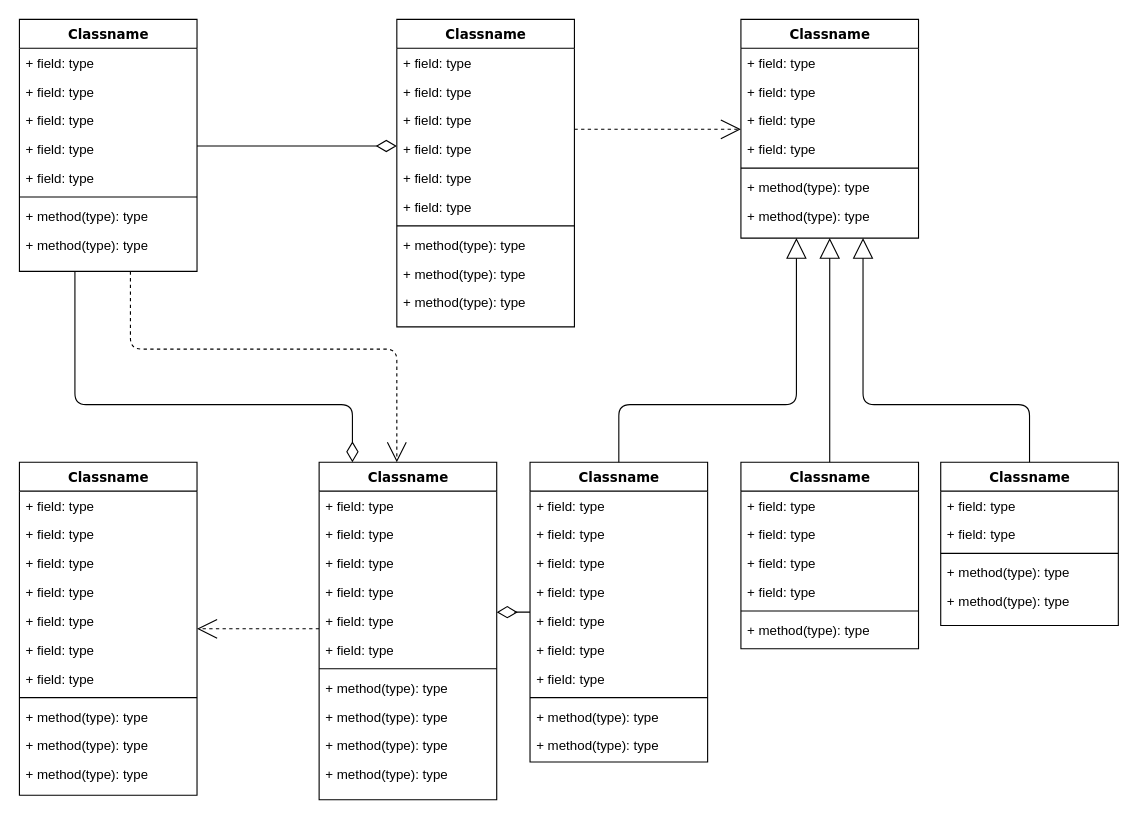
Before: Untitled Diagram.drawio in renPratt/renPratt, a draw.io diagram. Source tidied: cells renumbered, new cells numbered last; positions are measured from the earlier drawing's top-left corner, leaving out a move shared by most shapes. Both pictures are drawn from the tidied source at 111%, with x=0, y=0 at pixel (19, 19).
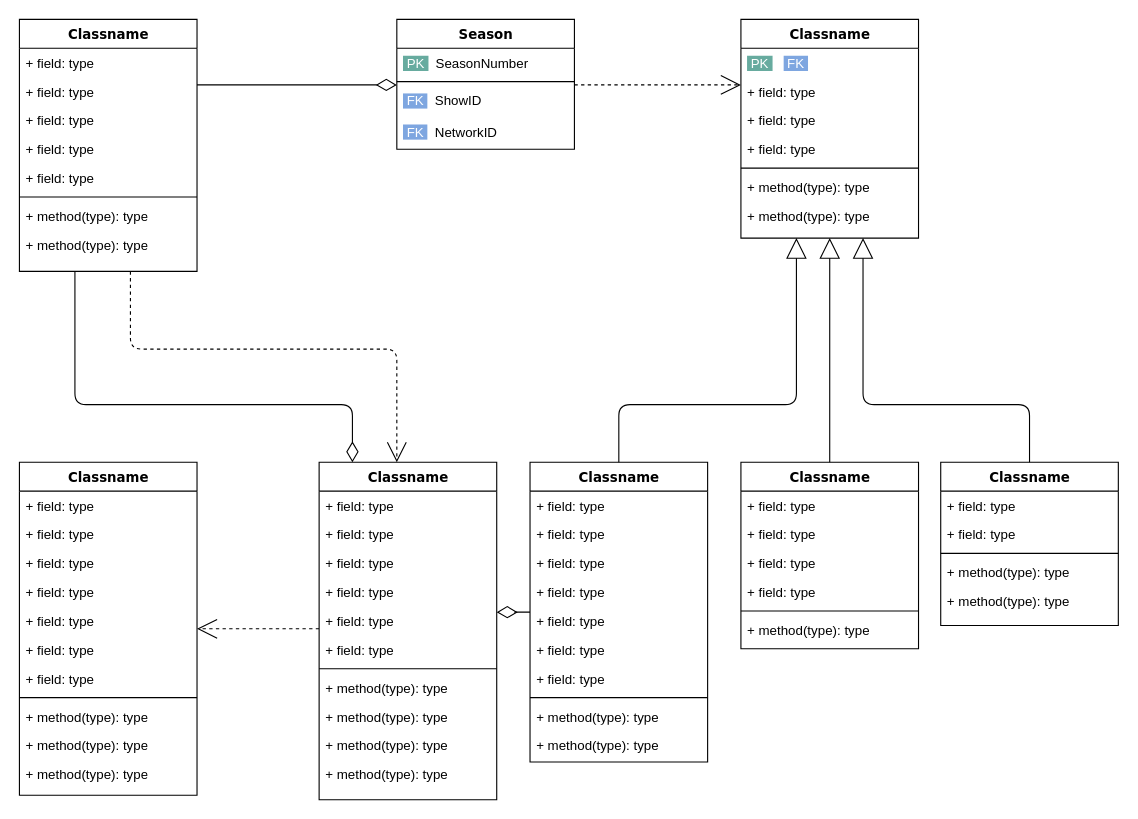
The same page after the edit.

The change refers to these unchanged cells:
```xml
<mxCell id="25" value="Classname" style="swimlane;html=1;fontStyle=1;align=center;verticalAlign=top;horizontal=1;startSize=26;swimlaneFillColor=#ffffff;rounded=0;shadow=0;comic=0;labelBackgroundColor=none;strokeWidth=1;fillColor=none;fontFamily=Verdana;fontSize=12;" parent="1" vertex="1">
  <mxGeometry x="650" width="160" height="197" as="geometry" />
</mxCell>
```

Diff of the diagram source:
```diff
@@
-    <mxCell id="14" value="Classname" style="swimlane;html=1;fontStyle=1;align=center;verticalAlign=top;horizontal=1;startSize=26;swimlaneFillColor=#ffffff;rounded=0;shadow=0;comic=0;labelBackgroundColor=none;strokeWidth=1;fillColor=none;fontFamily=Verdana;fontSize=12;" parent="1" vertex="1">
-      <mxGeometry x="340" width="160" height="277" as="geometry" />
+    <mxCell id="14" value="Season" style="swimlane;html=1;fontStyle=1;align=center;verticalAlign=top;horizontal=1;startSize=26;swimlaneFillColor=#ffffff;rounded=0;shadow=0;comic=0;labelBackgroundColor=none;strokeWidth=1;fillColor=none;fontFamily=Verdana;fontSize=12;" parent="1" vertex="1">
+      <mxGeometry x="340" width="160" height="117" as="geometry" />
     </mxCell>
-    <mxCell id="15" value="+ field: type" style="text;html=1;strokeColor=none;fillColor=none;align=left;verticalAlign=top;spacingLeft=4;spacingRight=4;whiteSpace=wrap;overflow=hidden;" parent="14" vertex="1">
-      <mxGeometry y="26" width="160" height="26" as="geometry" />
-    </mxCell>
-    <mxCell id="16" value="+ field: type" style="text;html=1;strokeColor=none;fillColor=none;align=left;verticalAlign=top;spacingLeft=4;spacingRight=4;whiteSpace=wrap;overflow=hidden;" parent="14" vertex="1">
-      <mxGeometry y="52" width="160" height="26" as="geometry" />
-    </mxCell>
-    <mxCell id="17" value="+ field: type" style="text;html=1;strokeColor=none;fillColor=none;align=left;verticalAlign=top;spacingLeft=4;spacingRight=4;whiteSpace=wrap;overflow=hidden;" parent="14" vertex="1">
-      <mxGeometry y="78" width="160" height="26" as="geometry" />
-    </mxCell>
-    <mxCell id="18" value="+ field: type" style="text;html=1;strokeColor=none;fillColor=none;align=left;verticalAlign=top;spacingLeft=4;spacingRight=4;whiteSpace=wrap;overflow=hidden;" parent="14" vertex="1">
-      <mxGeometry y="104" width="160" height="26" as="geometry" />
-    </mxCell>
-    <mxCell id="19" value="+ field: type" style="text;html=1;strokeColor=none;fillColor=none;align=left;verticalAlign=top;spacingLeft=4;spacingRight=4;whiteSpace=wrap;overflow=hidden;" parent="14" vertex="1">
-      <mxGeometry y="130" width="160" height="26" as="geometry" />
-    </mxCell>
-    <mxCell id="20" value="+ field: type" style="text;html=1;strokeColor=none;fillColor=none;align=left;verticalAlign=top;spacingLeft=4;spacingRight=4;whiteSpace=wrap;overflow=hidden;" parent="14" vertex="1">
-      <mxGeometry y="156" width="160" height="26" as="geometry" />
-    </mxCell>
+    <mxCell id="87" value="&lt;font style=&quot;border-color: var(--border-color); background-color: rgb(103, 171, 159);&quot; color=&quot;#ffffff&quot;&gt;&amp;nbsp;PK&amp;nbsp;&lt;/font&gt;&amp;nbsp; SeasonNumber&amp;nbsp;" style="text;html=1;strokeColor=none;fillColor=none;align=left;verticalAlign=top;spacingLeft=4;spacingRight=4;whiteSpace=wrap;overflow=hidden;" parent="14" vertex="1">
+      <mxGeometry y="26" width="160" height="26" as="geometry" />
+    </mxCell>
     <mxCell id="21" style="line;html=1;strokeWidth=1;fillColor=none;align=left;verticalAlign=middle;spacingTop=-1;spacingLeft=3;spacingRight=3;labelPosition=right;" parent="14" vertex="1">
-      <mxGeometry y="182" width="160" height="8" as="geometry" />
+      <mxGeometry y="52" width="160" height="8" as="geometry" />
     </mxCell>
-    <mxCell id="22" value="+ method(type): type" style="text;html=1;strokeColor=none;fillColor=none;align=left;verticalAlign=top;spacingLeft=4;spacingRight=4;whiteSpace=wrap;overflow=hidden;" parent="14" vertex="1">
-      <mxGeometry y="190" width="160" height="26" as="geometry" />
-    </mxCell>
-    <mxCell id="23" value="+ method(type): type" style="text;html=1;strokeColor=none;fillColor=none;align=left;verticalAlign=top;spacingLeft=4;spacingRight=4;whiteSpace=wrap;overflow=hidden;" parent="14" vertex="1">
-      <mxGeometry y="216" width="160" height="26" as="geometry" />
-    </mxCell>
-    <mxCell id="24" value="+ method(type): type" style="text;html=1;strokeColor=none;fillColor=none;align=left;verticalAlign=top;spacingLeft=4;spacingRight=4;whiteSpace=wrap;overflow=hidden;" parent="14" vertex="1">
-      <mxGeometry y="242" width="160" height="26" as="geometry" />
-    </mxCell>
+    <mxCell id="88" value="&lt;font style=&quot;border-color: var(--border-color); background-color: rgb(126, 166, 224);&quot; color=&quot;#ffffff&quot;&gt;&amp;nbsp;FK &lt;/font&gt;&lt;font style=&quot;border-color: var(--border-color);&quot; color=&quot;#ffffff&quot;&gt;&amp;nbsp;&amp;nbsp;&lt;/font&gt;&lt;font style=&quot;border-color: var(--border-color); background-color: rgb(255, 255, 255);&quot;&gt;ShowID&lt;/font&gt;" style="text;html=1;strokeColor=none;fillColor=none;align=left;verticalAlign=top;spacingLeft=4;spacingRight=4;whiteSpace=wrap;overflow=hidden;" parent="14" vertex="1">
+      <mxGeometry y="60" width="160" height="28" as="geometry" />
+    </mxCell>
+    <mxCell id="89" value="&lt;font style=&quot;border-color: var(--border-color); background-color: rgb(126, 166, 224);&quot; color=&quot;#ffffff&quot;&gt;&amp;nbsp;FK &lt;/font&gt;&lt;font style=&quot;border-color: var(--border-color);&quot; color=&quot;#ffffff&quot;&gt;&amp;nbsp;&lt;/font&gt;&lt;font style=&quot;border-color: var(--border-color);&quot;&gt; Network&lt;/font&gt;&lt;font style=&quot;border-color: var(--border-color); background-color: rgb(255, 255, 255);&quot;&gt;ID&lt;/font&gt;" style="text;html=1;strokeColor=none;fillColor=none;align=left;verticalAlign=top;spacingLeft=4;spacingRight=4;whiteSpace=wrap;overflow=hidden;" parent="14" vertex="1">
+      <mxGeometry y="88" width="160" height="28" as="geometry" />
+    </mxCell>
@@
-    <mxCell id="26" value="+ field: type" style="text;html=1;strokeColor=none;fillColor=none;align=left;verticalAlign=top;spacingLeft=4;spacingRight=4;whiteSpace=wrap;overflow=hidden;" parent="25" vertex="1">
+    <mxCell id="26" value="&lt;font style=&quot;border-color: var(--border-color); background-color: rgb(103, 171, 159);&quot; color=&quot;#ffffff&quot;&gt;&amp;nbsp;PK&amp;nbsp;&lt;/font&gt;&amp;nbsp; &amp;nbsp;&lt;font style=&quot;border-color: var(--border-color); background-color: rgb(126, 166, 224);&quot; color=&quot;#ffffff&quot;&gt;&amp;nbsp;FK&amp;nbsp;&lt;/font&gt;" style="text;html=1;strokeColor=none;fillColor=none;align=left;verticalAlign=top;spacingLeft=4;spacingRight=4;whiteSpace=wrap;overflow=hidden;" parent="25" vertex="1">
       <mxGeometry y="26" width="160" height="26" as="geometry" />
     </mxCell>
```
